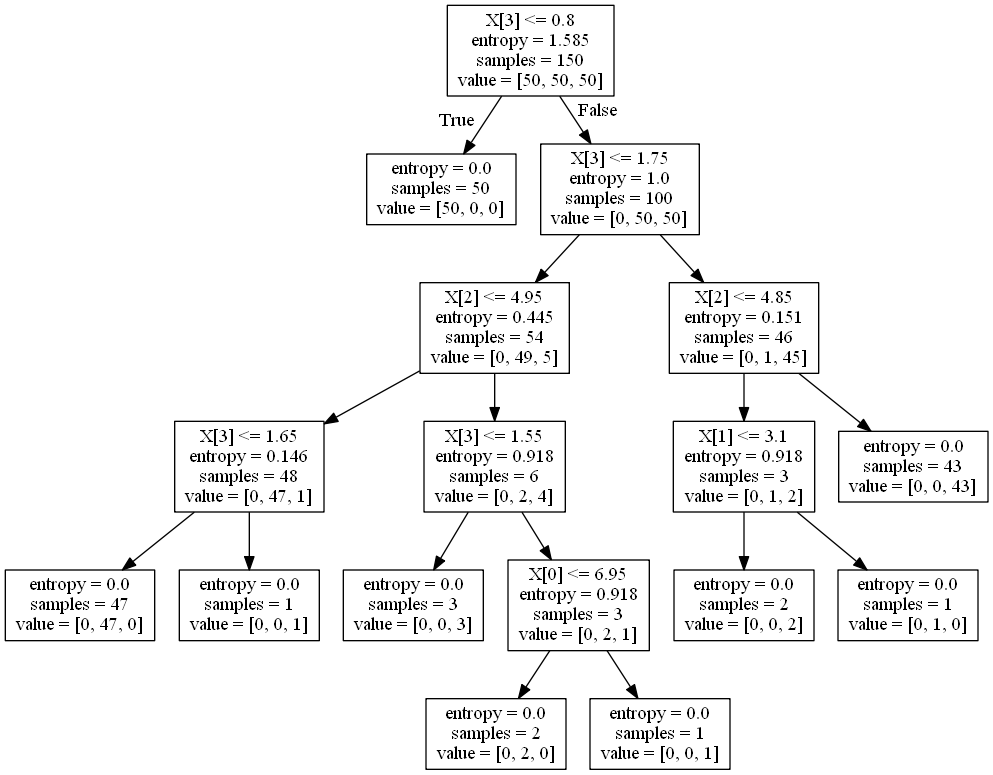
Before: 01.decision_tree/code/0_DT_Tree/tree.png, a diagram exported from Graphviz (caobinxin/AiLearningAlgorithm). Its source is kept beside it as 01.decision_tree/code/0_DT_Tree/tree.dot.
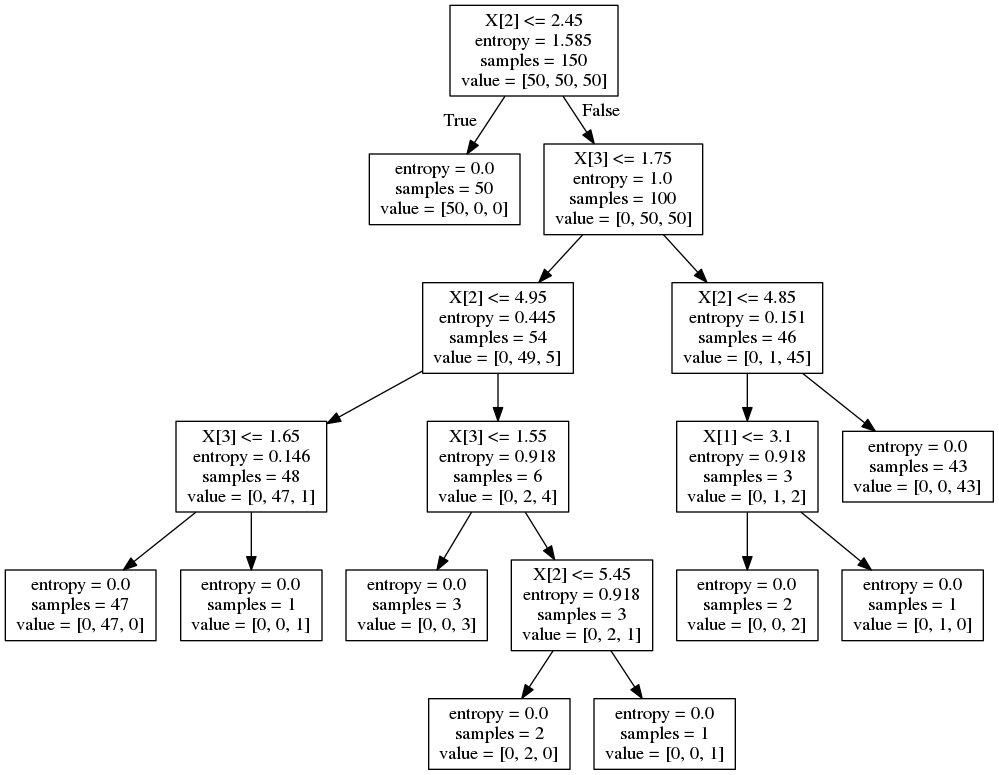
After the commit.

The edit, as a diff of the source:
```diff
@@ -25,11 +25,11 @@
 9 -> 11 ;
 12 [label="X[2] <= 4.85\nentropy = 0.151\nsamples = 46\nvalue = [0, 1, 45]"] ;
 2 -> 12 ;
-13 [label="X[0] <= 5.95\nentropy = 0.918\nsamples = 3\nvalue = [0, 1, 2]"] ;
+13 [label="X[1] <= 3.1\nentropy = 0.918\nsamples = 3\nvalue = [0, 1, 2]"] ;
 12 -> 13 ;
-14 [label="entropy = 0.0\nsamples = 1\nvalue = [0, 1, 0]"] ;
+14 [label="entropy = 0.0\nsamples = 2\nvalue = [0, 0, 2]"] ;
 13 -> 14 ;
-15 [label="entropy = 0.0\nsamples = 2\nvalue = [0, 0, 2]"] ;
+15 [label="entropy = 0.0\nsamples = 1\nvalue = [0, 1, 0]"] ;
 13 -> 15 ;
 16 [label="entropy = 0.0\nsamples = 43\nvalue = [0, 0, 43]"] ;
 12 -> 16 ;
```
